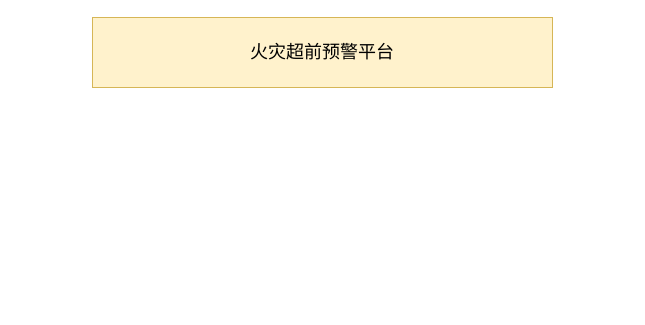
Above: 火灾预警.drawio in w1041660542/draw.io (draw.io), before the change. Source tidied: cells renumbered, new cells numbered last; positions are measured from the earlier drawing's top-left corner, leaving out a move shared by most shapes. Both pictures are drawn from the tidied source at 100%, with x=0, y=0 at pixel (92, 17).
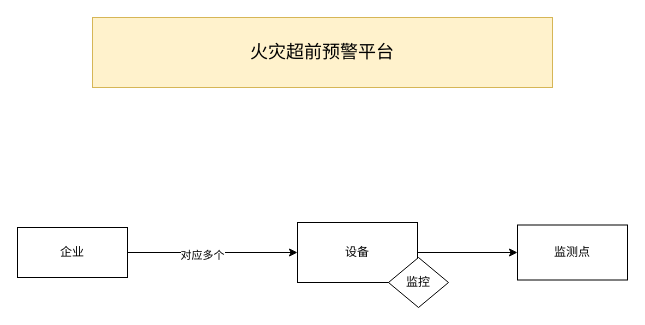
The same diagram, later.

Commit message (it also covers changes not shown here):
更新火灾预警.drawio

Change to the diagram source:
```diff
@@
 <mxGraphModel>
   <root>
     <mxCell id="0" />
     <mxCell id="1" parent="0" />
     <mxCell id="2" value="&lt;font style=&quot;font-size: 18px;&quot;&gt;火灾超前预警平台&lt;/font&gt;" style="rounded=0;whiteSpace=wrap;html=1;fillColor=#fff2cc;strokeColor=#d6b656;" parent="1" vertex="1">
       <mxGeometry width="460" height="70" as="geometry" />
     </mxCell>
+    <mxCell id="3" style="edgeStyle=orthogonalEdgeStyle;rounded=0;jettySize=auto;html=1;" parent="1" edge="1" source="5" target="7">
+      <mxGeometry relative="1" as="geometry" />
+    </mxCell>
+    <mxCell id="4" value="对应多个" style="edgeLabel;html=1;align=center;verticalAlign=middle;" parent="3" vertex="1">
+      <mxGeometry x="-0.13" y="-2" relative="1" as="geometry" />
+    </mxCell>
+    <mxCell id="5" value="企业" style="rounded=0;whiteSpace=wrap;html=1;" parent="1" vertex="1">
+      <mxGeometry x="-75" y="210" width="110" height="50" as="geometry" />
+    </mxCell>
+    <mxCell id="6" style="edgeStyle=orthogonalEdgeStyle;rounded=0;jettySize=auto;html=1;" parent="1" edge="1" source="7" target="9">
+      <mxGeometry relative="1" as="geometry" />
+    </mxCell>
+    <mxCell id="7" value="设备" style="whiteSpace=wrap;html=1;rounded=0;" parent="1" vertex="1">
+      <mxGeometry x="205" y="205" width="120" height="60" as="geometry" />
+    </mxCell>
+    <mxCell id="8" value="监控" style="rhombus;whiteSpace=wrap;html=1;" parent="1" vertex="1">
+      <mxGeometry x="296" y="240" width="60" height="50" as="geometry" />
+    </mxCell>
+    <mxCell id="9" value="监测点" style="whiteSpace=wrap;html=1;rounded=0;" parent="1" vertex="1">
+      <mxGeometry x="425" y="207.5" width="110" height="55" as="geometry" />
+    </mxCell>
   </root>
 </mxGraphModel>
```
